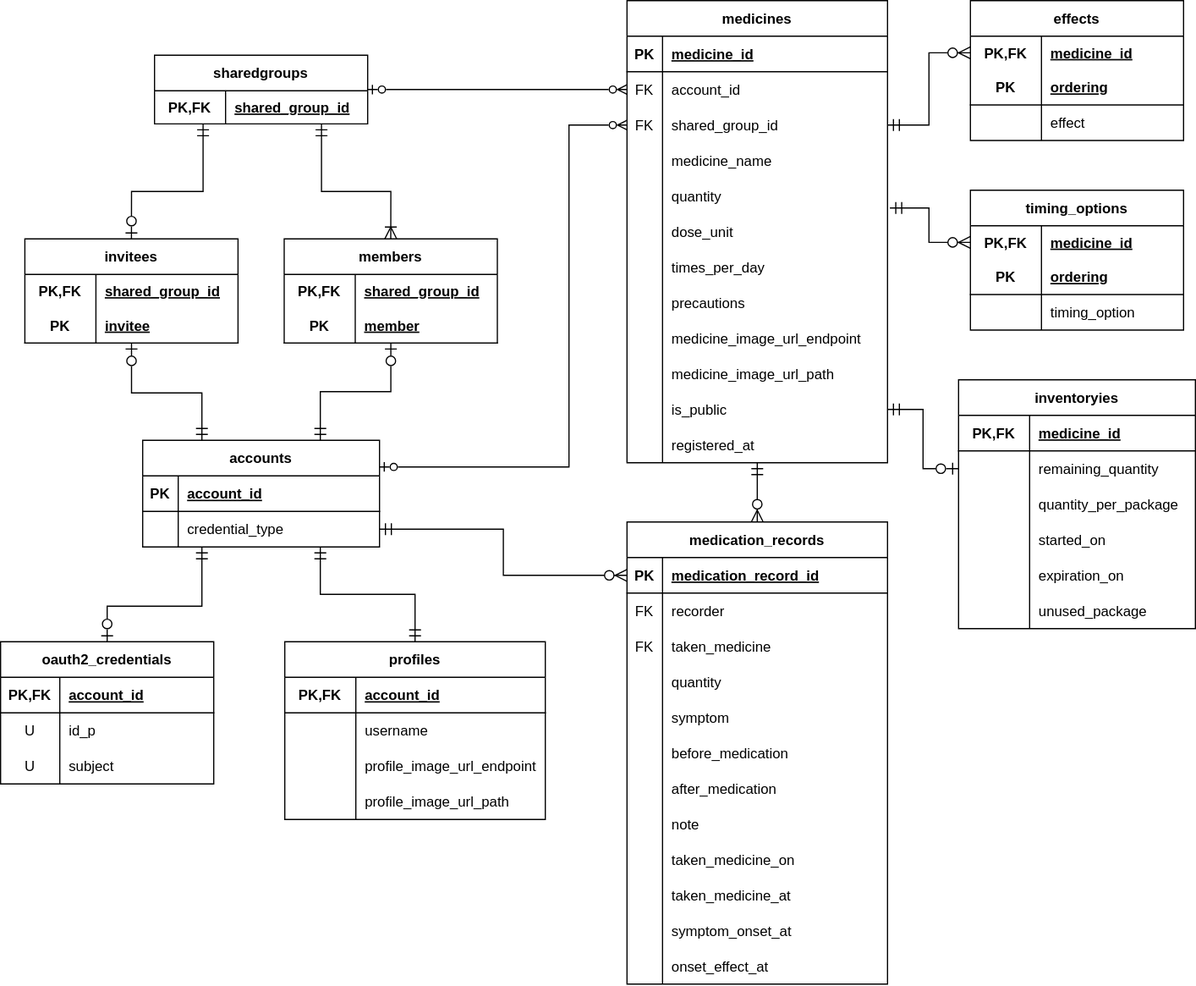
Before: docs/er.svg, a diagram exported from draw.io (hiroe-mkk/medicine-diary-webapp). Source tidied: cells renumbered, new cells last; positions are measured from the earlier drawing's top-left corner, leaving out a move shared by most shapes.
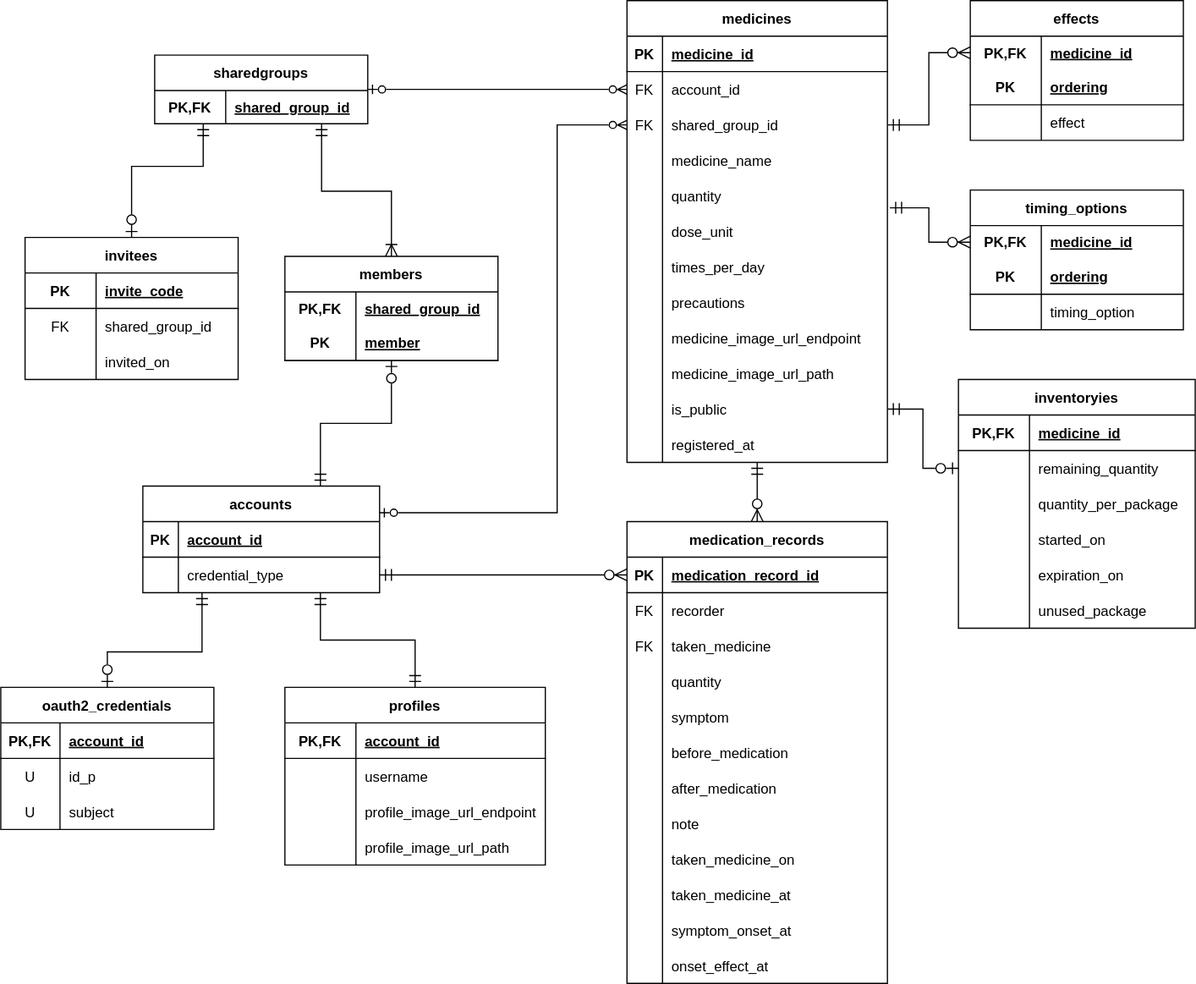
The same file after the commit.

Change to the diagram source:
```diff
@@ -5,13 +5,13 @@
     <mxCell id="2" style="rounded=0;jettySize=auto;html=1;endFill=0;endArrow=ERmandOne;endSize=8;startFill=0;startArrow=ERzeroToOne;startSize=8;exitX=0.5;exitY=0;exitDx=0;exitDy=0;edgeStyle=orthogonalEdgeStyle;" parent="1" edge="1" source="129" target="3">
       <mxGeometry relative="1" as="geometry">
         <Array as="points">
-          <mxPoint x="90" y="511" />
-          <mxPoint x="170" y="511" />
+          <mxPoint x="90" y="550" />
+          <mxPoint x="170" y="550" />
         </Array>
       </mxGeometry>
     </mxCell>
     <mxCell id="3" value="accounts" style="shape=table;startSize=30;rowLines=0;fontStyle=1;align=center;" parent="1" vertex="1">
-      <mxGeometry x="120" y="371" width="200" height="90" as="geometry" />
+      <mxGeometry x="120" y="410" width="200" height="90" as="geometry" />
     </mxCell>
     <mxCell id="4" style="shape=partialRectangle;fillColor=none;top=0;left=0;bottom=1;right=0;" parent="3" vertex="1">
       <mxGeometry y="30" width="200" height="30" as="geometry" />
@@ -325,13 +325,13 @@
     <mxCell id="107" style="rounded=0;jettySize=auto;html=1;endFill=0;endArrow=ERmandOne;endSize=8;startFill=0;startArrow=ERmandOne;startSize=8;exitX=0.5;exitY=0;exitDx=0;exitDy=0;edgeStyle=orthogonalEdgeStyle;" parent="1" edge="1" source="108" target="3">
       <mxGeometry relative="1" as="geometry">
         <Array as="points">
-          <mxPoint x="350" y="501" />
-          <mxPoint x="270" y="501" />
+          <mxPoint x="350" y="540" />
+          <mxPoint x="270" y="540" />
         </Array>
       </mxGeometry>
     </mxCell>
     <mxCell id="108" value="profiles" style="shape=table;startSize=30;rowLines=0;fontStyle=1;align=center;" parent="1" vertex="1">
-      <mxGeometry x="240" y="541" width="220" height="150" as="geometry" />
+      <mxGeometry x="240" y="580" width="220" height="150" as="geometry" />
     </mxCell>
     <mxCell id="109" style="shape=partialRectangle;fillColor=none;top=0;left=0;bottom=1;right=0;" parent="108" vertex="1">
       <mxGeometry y="30" width="220" height="30" as="geometry" />
@@ -373,7 +373,7 @@
       <mxGeometry relative="1" as="geometry" />
     </mxCell>
     <mxCell id="122" value="members" style="shape=table;startSize=30;rowLines=0;fontStyle=1;align=center;" parent="1" vertex="1">
-      <mxGeometry x="239.5" y="201" width="180" height="88" as="geometry" />
+      <mxGeometry x="240" y="216" width="180" height="88" as="geometry" />
     </mxCell>
     <mxCell id="123" style="shape=partialRectangle;fillColor=none;top=0;left=0;bottom=0;right=0;" parent="122" vertex="1">
       <mxGeometry y="30" width="180" height="28" as="geometry" />
@@ -394,7 +394,7 @@
       <mxGeometry x="60" width="120" height="30" as="geometry" />
     </mxCell>
     <mxCell id="129" value="oauth2_credentials" style="shape=table;startSize=30;rowLines=0;fontStyle=1;align=center;" parent="1" vertex="1">
-      <mxGeometry y="541" width="180" height="120" as="geometry" />
+      <mxGeometry y="580" width="180" height="120" as="geometry" />
     </mxCell>
     <mxCell id="130" style="shape=partialRectangle;fillColor=none;top=0;left=0;bottom=1;right=0;" parent="129" vertex="1">
       <mxGeometry y="30" width="180" height="30" as="geometry" />
@@ -424,34 +424,35 @@
       <mxGeometry x="50" width="130" height="30" as="geometry" />
     </mxCell>
     <mxCell id="139" value="invitees" style="shape=table;startSize=30;rowLines=0;fontStyle=1;align=center;" parent="1" vertex="1">
-      <mxGeometry x="20.5" y="201" width="180" height="88" as="geometry" />
+      <mxGeometry x="20.5" y="200" width="180" height="120" as="geometry" />
     </mxCell>
-    <mxCell id="140" style="shape=partialRectangle;fillColor=none;top=0;left=0;bottom=0;right=0;" parent="139" vertex="1">
-      <mxGeometry y="30" width="180" height="28" as="geometry" />
-    </mxCell>
-    <mxCell id="141" value="PK,FK" style="shape=partialRectangle;fillColor=none;top=0;left=0;bottom=0;right=0;fontStyle=1;overflow=hidden;" parent="140" vertex="1">
-      <mxGeometry width="60" height="28" as="geometry" />
-    </mxCell>
-    <mxCell id="142" value="shared_group_id" style="shape=partialRectangle;fillColor=none;top=0;left=0;bottom=0;right=0;align=left;spacingLeft=6;fontStyle=5;overflow=hidden;" parent="140" vertex="1">
-      <mxGeometry x="60" width="120" height="28" as="geometry" />
-    </mxCell>
     <mxCell id="143" style="shape=partialRectangle;fillColor=none;top=0;left=0;bottom=1;right=0;fontStyle=4;" parent="139" vertex="1">
-      <mxGeometry y="58" width="180" height="30" as="geometry" />
+      <mxGeometry y="30" width="180" height="30" as="geometry" />
     </mxCell>
     <mxCell id="144" value="PK" style="shape=partialRectangle;fillColor=none;top=0;left=0;bottom=0;right=0;fontStyle=1;overflow=hidden;" parent="143" vertex="1">
       <mxGeometry width="60" height="30" as="geometry" />
     </mxCell>
-    <mxCell id="145" value="invitee" style="shape=partialRectangle;fillColor=none;top=0;left=0;bottom=0;right=0;align=left;spacingLeft=6;overflow=hidden;fontStyle=5;" parent="143" vertex="1">
+    <mxCell id="145" value="invite_code" style="shape=partialRectangle;fillColor=none;top=0;left=0;bottom=0;right=0;align=left;spacingLeft=6;overflow=hidden;fontStyle=5;" parent="143" vertex="1">
       <mxGeometry x="60" width="120" height="30" as="geometry" />
     </mxCell>
-    <mxCell id="146" style="edgeStyle=orthogonalEdgeStyle;rounded=0;jettySize=auto;html=1;entryX=0.25;entryY=0;entryDx=0;entryDy=0;endFill=0;endArrow=ERmandOne;endSize=8;startFill=0;startArrow=ERzeroToOne;startSize=8;" parent="1" edge="1" source="139" target="3">
-      <mxGeometry relative="1" as="geometry">
-        <Array as="points">
-          <mxPoint x="111" y="331" />
-          <mxPoint x="170" y="331" />
-        </Array>
-      </mxGeometry>
-    </mxCell>
+    <mxCell id="176" style="shape=tableRow;horizontal=0;startSize=0;swimlaneHead=0;swimlaneBody=0;fillColor=none;top=0;left=0;right=0;bottom=0;" parent="139" vertex="1">
+      <mxGeometry y="60" width="180" height="30" as="geometry" />
+    </mxCell>
+    <mxCell id="177" value="FK" style="shape=partialRectangle;fillColor=none;top=0;left=0;bottom=0;right=0;overflow=hidden;" parent="176" vertex="1">
+      <mxGeometry width="60" height="30" as="geometry" />
+    </mxCell>
+    <mxCell id="142" value="shared_group_id" style="shape=partialRectangle;fillColor=none;top=0;left=0;bottom=0;right=0;align=left;spacingLeft=6;overflow=hidden;" parent="176" vertex="1">
+      <mxGeometry x="60" width="120" height="30" as="geometry" />
+    </mxCell>
+    <mxCell id="178" style="shape=tableRow;horizontal=0;startSize=0;swimlaneHead=0;swimlaneBody=0;fillColor=none;top=0;left=0;right=0;bottom=0;" parent="139" vertex="1">
+      <mxGeometry y="90" width="180" height="30" as="geometry" />
+    </mxCell>
+    <mxCell id="179" style="shape=partialRectangle;fillColor=none;top=0;left=0;bottom=0;right=0;overflow=hidden;" parent="178" vertex="1">
+      <mxGeometry width="60" height="30" as="geometry" />
+    </mxCell>
+    <mxCell id="180" value="invited_on" style="shape=partialRectangle;fillColor=none;top=0;left=0;bottom=0;right=0;align=left;spacingLeft=6;overflow=hidden;" parent="178" vertex="1">
+      <mxGeometry x="60" width="120" height="30" as="geometry" />
+    </mxCell>
     <mxCell id="147" style="edgeStyle=orthogonalEdgeStyle;rounded=0;jettySize=auto;html=1;endFill=0;endArrow=ERmandOne;endSize=8;startFill=1;startArrow=ERzeroToMany;startSize=8;exitX=0;exitY=0.5;exitDx=0;exitDy=0;entryX=1;entryY=0.5;entryDx=0;entryDy=0;" parent="1" edge="1" source="61" target="7">
       <mxGeometry relative="1" as="geometry" />
     </mxCell>
@@ -530,8 +531,8 @@
     <mxCell id="172" style="rounded=0;jettySize=auto;html=1;endFill=0;endArrow=ERmandOne;endSize=8;startFill=0;startArrow=ERzeroToOne;startSize=8;exitX=0.5;exitY=0;exitDx=0;exitDy=0;edgeStyle=orthogonalEdgeStyle;" parent="1" edge="1" source="139" target="168">
       <mxGeometry relative="1" as="geometry">
         <Array as="points">
-          <mxPoint x="111" y="161" />
-          <mxPoint x="171" y="161" />
+          <mxPoint x="111" y="140" />
+          <mxPoint x="171" y="140" />
         </Array>
       </mxGeometry>
     </mxCell>
@@ -546,11 +547,11 @@
     <mxCell id="174" style="edgeStyle=orthogonalEdgeStyle;rounded=0;jettySize=auto;html=1;endArrow=ERzeroToOne;endFill=0;startArrow=ERzeroToMany;startFill=0;" parent="1" edge="1" source="15" target="168">
       <mxGeometry relative="1" as="geometry" />
     </mxCell>
-    <mxCell id="175" style="edgeStyle=orthogonalEdgeStyle;rounded=0;jettySize=auto;html=1;entryX=1;entryY=0.25;entryDx=0;entryDy=0;startArrow=ERzeroToMany;startFill=0;endArrow=ERzeroToOne;endFill=0;" parent="1" edge="1" source="18" target="3">
+    <mxCell id="175" style="rounded=0;jettySize=auto;html=1;entryX=1;entryY=0.25;entryDx=0;entryDy=0;startArrow=ERzeroToMany;startFill=0;endArrow=ERzeroToOne;endFill=0;edgeStyle=orthogonalEdgeStyle;" parent="1" edge="1" source="18" target="3">
       <mxGeometry relative="1" as="geometry">
         <Array as="points">
-          <mxPoint x="480" y="105" />
-          <mxPoint x="480" y="394" />
+          <mxPoint x="470" y="105" />
+          <mxPoint x="470" y="433" />
         </Array>
       </mxGeometry>
     </mxCell>
```
